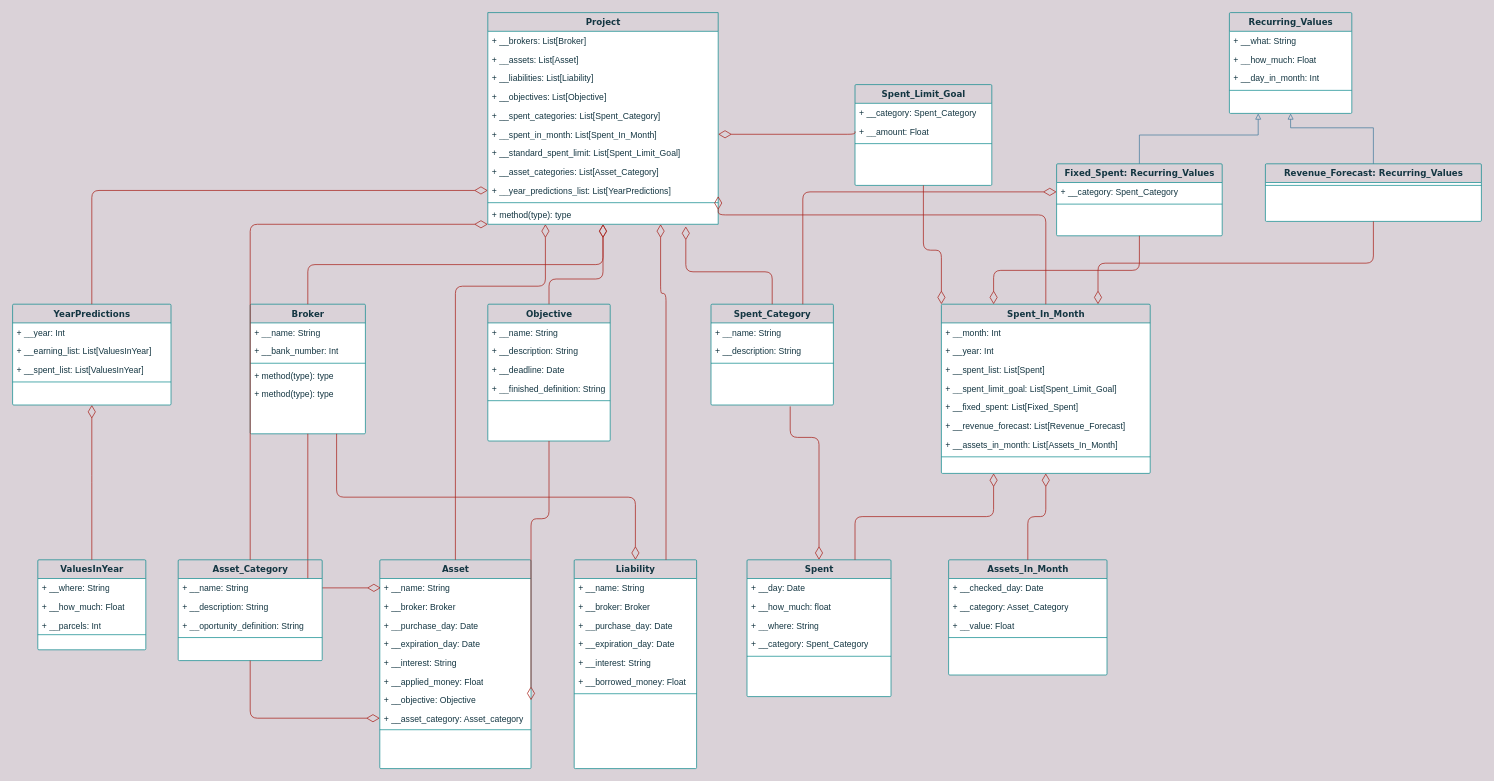
The draw.io diagram Class Diagram.drawio in gusttav-lang/Financial-Controller, before the edit. Source tidied: cells renumbered, new cells numbered last; positions are measured from the earlier drawing's top-left corner, leaving out a move shared by most shapes. Both pictures are drawn from the tidied source at 72%, with x=0, y=0 at pixel (12, 12).
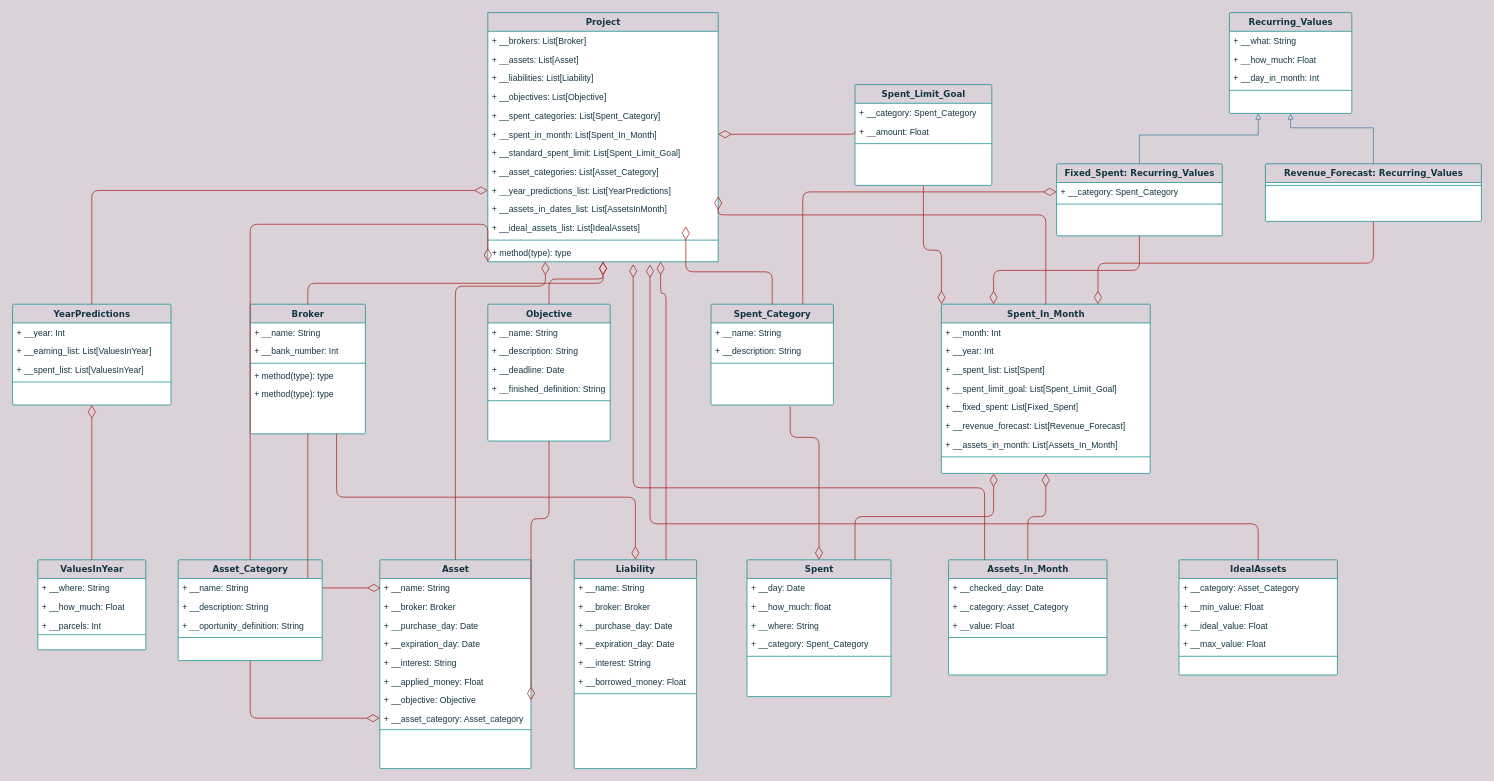
The same page after the edit.

What changed in the source:
```diff
@@
     <mxCell id="8" value="Project" style="swimlane;html=1;fontStyle=1;align=center;verticalAlign=top;horizontal=1;startSize=26;swimlaneFillColor=#ffffff;shadow=0;comic=0;labelBackgroundColor=none;strokeWidth=1;fillColor=none;fontFamily=Verdana;fontSize=12;strokeColor=#0F8B8D;fontColor=#143642;rounded=0;" parent="1" vertex="1">
-      <mxGeometry x="660" width="320" height="294" as="geometry" />
+      <mxGeometry x="660" width="320" height="346" as="geometry" />
     </mxCell>
@@
+    <mxCell id="120" value="+ __assets_in_dates_list: List[AssetsInMonth]" style="text;html=1;strokeColor=none;fillColor=none;align=left;verticalAlign=top;spacingLeft=4;spacingRight=4;whiteSpace=wrap;overflow=hidden;fontColor=#143642;rounded=1;" parent="8" vertex="1">
+      <mxGeometry y="260" width="320" height="26" as="geometry" />
+    </mxCell>
+    <mxCell id="121" value="+ __ideal_assets_list: List[IdealAssets]" style="text;html=1;strokeColor=none;fillColor=none;align=left;verticalAlign=top;spacingLeft=4;spacingRight=4;whiteSpace=wrap;overflow=hidden;fontColor=#143642;rounded=1;" parent="8" vertex="1">
+      <mxGeometry y="286" width="320" height="26" as="geometry" />
+    </mxCell>
     <mxCell id="18" style="line;html=1;strokeWidth=1;fillColor=none;align=left;verticalAlign=middle;spacingTop=-1;spacingLeft=3;spacingRight=3;labelPosition=right;labelBackgroundColor=#DAD2D8;strokeColor=#0F8B8D;fontColor=#143642;rounded=1;" parent="8" vertex="1">
-      <mxGeometry y="260" width="320" height="8" as="geometry" />
+      <mxGeometry y="312" width="320" height="8" as="geometry" />
     </mxCell>
     <mxCell id="19" value="+ method(type): type" style="text;html=1;strokeColor=none;fillColor=none;align=left;verticalAlign=top;spacingLeft=4;spacingRight=4;whiteSpace=wrap;overflow=hidden;points=[[0,0.5],[1,0.5]];portConstraint=eastwest;fontColor=#143642;rounded=1;" parent="8" vertex="1">
-      <mxGeometry y="268" width="320" height="26" as="geometry" />
+      <mxGeometry y="320" width="320" height="26" as="geometry" />
     </mxCell>
@@
+    <mxCell id="122" value="IdealAssets" style="swimlane;html=1;fontStyle=1;align=center;verticalAlign=top;horizontal=1;startSize=26;swimlaneFillColor=#ffffff;shadow=0;comic=0;labelBackgroundColor=none;strokeWidth=1;fillColor=none;fontFamily=Verdana;fontSize=12;strokeColor=#0F8B8D;fontColor=#143642;rounded=1;arcSize=2;" parent="1" vertex="1">
+      <mxGeometry x="1620" y="760" width="220" height="160" as="geometry" />
+    </mxCell>
+    <mxCell id="123" value="+ __category: Asset_Category" style="text;html=1;strokeColor=none;fillColor=none;align=left;verticalAlign=top;spacingLeft=4;spacingRight=4;whiteSpace=wrap;overflow=hidden;fontColor=#143642;rounded=1;" parent="122" vertex="1">
+      <mxGeometry y="26" width="220" height="26" as="geometry" />
+    </mxCell>
+    <mxCell id="124" value="+ __min_value: Float" style="text;html=1;strokeColor=none;fillColor=none;align=left;verticalAlign=top;spacingLeft=4;spacingRight=4;whiteSpace=wrap;overflow=hidden;fontColor=#143642;rounded=1;" parent="122" vertex="1">
+      <mxGeometry y="52" width="220" height="26" as="geometry" />
+    </mxCell>
+    <mxCell id="125" value="+ __ideal_value: Float" style="text;html=1;strokeColor=none;fillColor=none;align=left;verticalAlign=top;spacingLeft=4;spacingRight=4;whiteSpace=wrap;overflow=hidden;fontColor=#143642;rounded=1;" parent="122" vertex="1">
+      <mxGeometry y="78" width="220" height="26" as="geometry" />
+    </mxCell>
+    <mxCell id="126" value="+ __max_value: Float" style="text;html=1;strokeColor=none;fillColor=none;align=left;verticalAlign=top;spacingLeft=4;spacingRight=4;whiteSpace=wrap;overflow=hidden;fontColor=#143642;rounded=1;" parent="122" vertex="1">
+      <mxGeometry y="104" width="220" height="26" as="geometry" />
+    </mxCell>
+    <mxCell id="127" style="line;html=1;strokeWidth=1;fillColor=none;align=left;verticalAlign=middle;spacingTop=-1;spacingLeft=3;spacingRight=3;labelPosition=right;labelBackgroundColor=#DAD2D8;strokeColor=#0F8B8D;fontColor=#143642;rounded=1;" parent="122" vertex="1">
+      <mxGeometry y="130" width="220" height="8" as="geometry" />
+    </mxCell>
+    <mxCell id="128" style="edgeStyle=elbowEdgeStyle;html=1;labelBackgroundColor=none;startFill=0;startSize=8;endArrow=diamondThin;endFill=0;endSize=16;fontFamily=Verdana;fontSize=12;elbow=vertical;strokeColor=#A8201A;fontColor=#143642;exitX=0.5;exitY=0;exitDx=0;exitDy=0;entryX=0.631;entryY=1.131;entryDx=0;entryDy=0;entryPerimeter=0;" parent="1" edge="1" target="19">
+      <mxGeometry relative="1" as="geometry">
+        <mxPoint x="1350" y="760" as="sourcePoint" />
+        <Array as="points">
+          <mxPoint x="1100" y="660" />
+        </Array>
+      </mxGeometry>
+    </mxCell>
+    <mxCell id="129" style="edgeStyle=elbowEdgeStyle;html=1;labelBackgroundColor=none;startFill=0;startSize=8;endArrow=diamondThin;endFill=0;endSize=16;fontFamily=Verdana;fontSize=12;elbow=vertical;strokeColor=#A8201A;fontColor=#143642;exitX=0.5;exitY=0;exitDx=0;exitDy=0;entryX=0.704;entryY=1.146;entryDx=0;entryDy=0;entryPerimeter=0;" parent="1" edge="1" source="122" target="19">
+      <mxGeometry relative="1" as="geometry">
+        <Array as="points">
+          <mxPoint x="1310" y="710" />
+        </Array>
+      </mxGeometry>
+    </mxCell>
```
